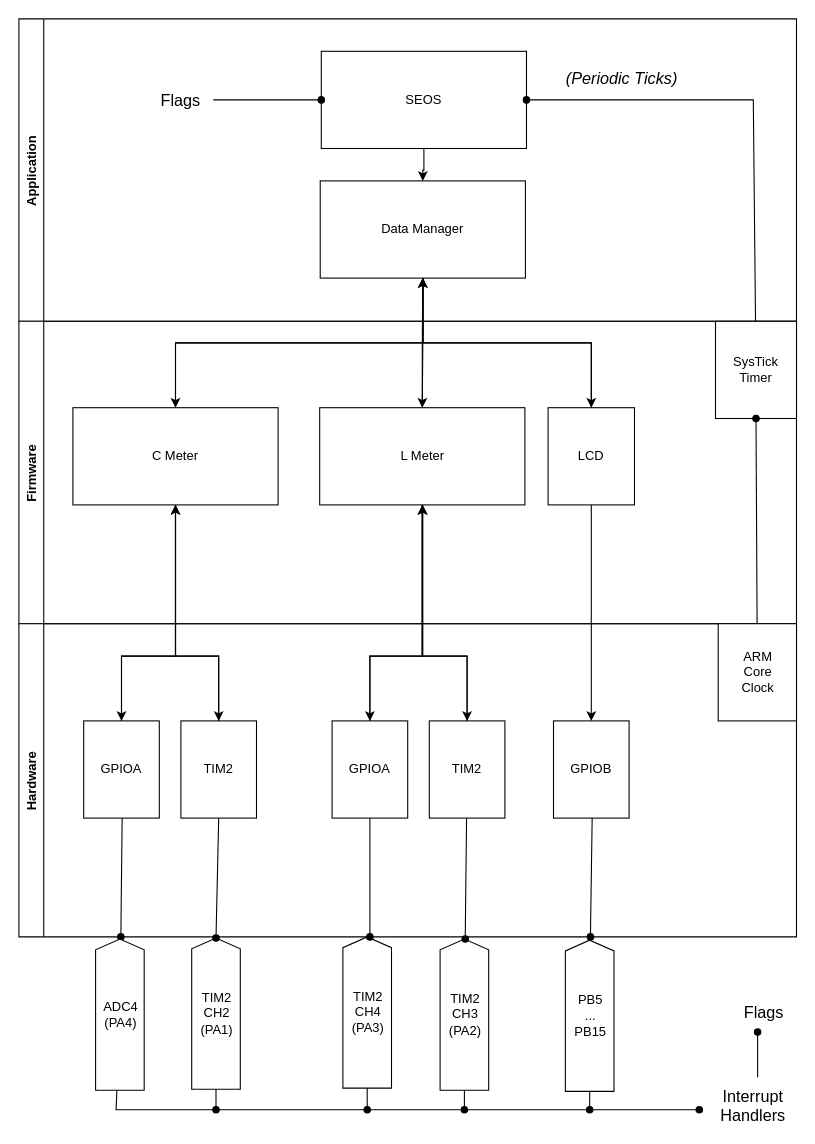
The draw.io diagram images/SysArch_LAYERS.drawio in gianowolf/RLC-Meter, before the edit. Source tidied: cells renumbered, new cells numbered last; positions are measured from the earlier drawing's top-left corner, leaving out a move shared by most shapes. Both pictures are drawn from the tidied source at 108%, with x=0, y=0 at pixel (18, 18).
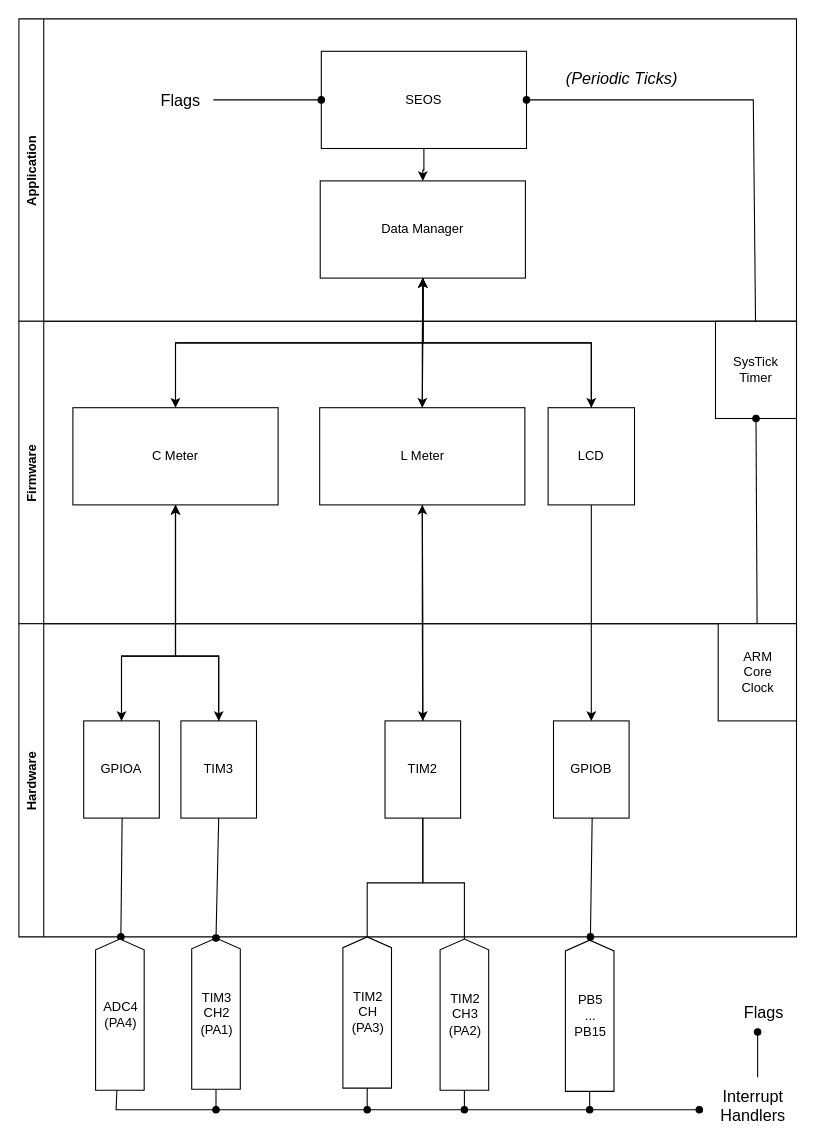
Above is the later version.

The change refers to these unchanged cells:
```xml
<mxCell id="12" value="L Meter" style="rounded=0;whiteSpace=wrap;html=1;" parent="9" vertex="1">
  <mxGeometry x="278.5" y="80" width="190" height="90" as="geometry" />
</mxCell>
<mxCell id="14" value="Hardware" style="swimlane;horizontal=0;" parent="1" vertex="1">
  <mxGeometry y="560" width="720" height="290" as="geometry" />
</mxCell>
<mxCell id="39" value="&lt;div&gt;TIM2&lt;/div&gt;&lt;div&gt;CH3&lt;/div&gt;&lt;div&gt;(PA2)&lt;br&gt;&lt;/div&gt;" style="html=1;shadow=0;dashed=0;align=center;verticalAlign=middle;shape=mxgraph.arrows2.arrow;dy=0;dx=10;notch=0;direction=north;" parent="1" vertex="1">
  <mxGeometry x="390" y="852" width="45" height="140" as="geometry" />
</mxCell>
```

Change to the diagram source:
```diff
@@
-    <mxCell id="17" value="TIM2" style="rounded=0;whiteSpace=wrap;html=1;" parent="14" vertex="1">
+    <mxCell id="17" value="TIM3" style="rounded=0;whiteSpace=wrap;html=1;" parent="14" vertex="1">
       <mxGeometry x="150" y="90" width="70" height="90" as="geometry" />
     </mxCell>
-    <mxCell id="18" value="GPIOA" style="rounded=0;whiteSpace=wrap;html=1;" parent="14" vertex="1">
-      <mxGeometry x="290" y="90" width="70" height="90" as="geometry" />
-    </mxCell>
     <mxCell id="19" value="TIM2" style="rounded=0;whiteSpace=wrap;html=1;" parent="14" vertex="1">
-      <mxGeometry x="380" y="90" width="70" height="90" as="geometry" />
+      <mxGeometry x="339" y="90" width="70" height="90" as="geometry" />
     </mxCell>
@@
-    <mxCell id="29" style="edgeStyle=orthogonalEdgeStyle;rounded=0;jettySize=auto;html=1;" parent="1" edge="1" source="12" target="18">
-      <mxGeometry relative="1" as="geometry">
-        <Array as="points">
-          <mxPoint x="374" y="590" />
-          <mxPoint x="325" y="590" />
-        </Array>
-      </mxGeometry>
-    </mxCell>
-    <mxCell id="30" style="edgeStyle=orthogonalEdgeStyle;rounded=0;jettySize=auto;html=1;" parent="1" edge="1" source="12" target="19">
-      <mxGeometry relative="1" as="geometry">
-        <Array as="points">
-          <mxPoint x="374" y="590" />
-          <mxPoint x="415" y="590" />
-        </Array>
-      </mxGeometry>
-    </mxCell>
@@
-    <mxCell id="32" style="edgeStyle=orthogonalEdgeStyle;rounded=0;jettySize=auto;html=1;" parent="1" edge="1" source="19" target="12">
-      <mxGeometry relative="1" as="geometry">
-        <Array as="points">
-          <mxPoint x="415" y="590" />
-          <mxPoint x="374" y="590" />
-        </Array>
-      </mxGeometry>
-    </mxCell>
-    <mxCell id="33" style="edgeStyle=orthogonalEdgeStyle;rounded=0;jettySize=auto;html=1;entryX=0.5;entryY=1;entryDx=0;entryDy=0;" parent="1" edge="1" source="18" target="12">
-      <mxGeometry relative="1" as="geometry">
-        <Array as="points">
-          <mxPoint x="325" y="590" />
-          <mxPoint x="374" y="590" />
-        </Array>
-      </mxGeometry>
-    </mxCell>
@@
-    <mxCell id="41" value="&lt;div&gt;TIM2&lt;/div&gt;&lt;div&gt;CH2&lt;/div&gt;&lt;div&gt;(PA1)&lt;br&gt;&lt;/div&gt;" style="html=1;shadow=0;dashed=0;align=center;verticalAlign=middle;shape=mxgraph.arrows2.arrow;dy=0;dx=10;notch=0;direction=north;" parent="1" vertex="1">
+    <mxCell id="41" value="&lt;div&gt;TIM3&lt;/div&gt;&lt;div&gt;CH2&lt;/div&gt;&lt;div&gt;(PA1)&lt;br&gt;&lt;/div&gt;" style="html=1;shadow=0;dashed=0;align=center;verticalAlign=middle;shape=mxgraph.arrows2.arrow;dy=0;dx=10;notch=0;direction=north;" parent="1" vertex="1">
       <mxGeometry x="160" y="851" width="45" height="140" as="geometry" />
     </mxCell>
@@
-    <mxCell id="44" style="rounded=0;jettySize=auto;html=1;strokeColor=default;endArrow=oval;endFill=1;" parent="1" edge="1" source="19" target="39">
-      <mxGeometry relative="1" as="geometry" />
-    </mxCell>
@@
-    <mxCell id="50" value="&lt;div&gt;TIM2&lt;/div&gt;&lt;div&gt;CH4&lt;/div&gt;&lt;div&gt;(PA3)&lt;br&gt;&lt;/div&gt;" style="html=1;shadow=0;dashed=0;align=center;verticalAlign=middle;shape=mxgraph.arrows2.arrow;dy=0;dx=10;notch=0;direction=north;" parent="1" vertex="1">
+    <mxCell id="50" value="&lt;div&gt;TIM2&lt;/div&gt;&lt;div&gt;CH&lt;/div&gt;&lt;div&gt;(PA3)&lt;br&gt;&lt;/div&gt;" style="html=1;shadow=0;dashed=0;align=center;verticalAlign=middle;shape=mxgraph.arrows2.arrow;dy=0;dx=10;notch=0;direction=north;" parent="1" vertex="1">
       <mxGeometry x="300" y="850" width="45" height="140" as="geometry" />
     </mxCell>
-    <mxCell id="51" style="rounded=0;jettySize=auto;html=1;strokeColor=default;endArrow=oval;endFill=1;exitX=0.5;exitY=1;exitDx=0;exitDy=0;" parent="1" edge="1" source="18">
-      <mxGeometry relative="1" as="geometry">
-        <mxPoint x="325" y="850" as="targetPoint" />
-      </mxGeometry>
-    </mxCell>
@@
+    <mxCell id="30" style="edgeStyle=orthogonalEdgeStyle;rounded=0;jettySize=auto;html=1;entryX=0.5;entryY=0;entryDx=0;entryDy=0;" parent="1" edge="1" source="12" target="19">
+      <mxGeometry relative="1" as="geometry" />
+    </mxCell>
+    <mxCell id="32" style="edgeStyle=orthogonalEdgeStyle;rounded=0;jettySize=auto;html=1;" parent="1" edge="1" source="19" target="12">
+      <mxGeometry relative="1" as="geometry" />
+    </mxCell>
+    <mxCell id="57" style="edgeStyle=orthogonalEdgeStyle;rounded=0;jettySize=auto;html=1;entryX=1;entryY=0.5;entryDx=0;entryDy=0;entryPerimeter=0;endArrow=none;endFill=0;" parent="1" edge="1" source="19" target="50">
+      <mxGeometry relative="1" as="geometry">
+        <Array as="points">
+          <mxPoint x="374" y="800" />
+          <mxPoint x="323" y="800" />
+        </Array>
+      </mxGeometry>
+    </mxCell>
+    <mxCell id="44" style="edgeStyle=orthogonalEdgeStyle;rounded=0;jettySize=auto;html=1;entryX=1;entryY=0.5;entryDx=0;entryDy=0;entryPerimeter=0;endArrow=none;endFill=0;" parent="1" edge="1" source="19" target="39">
+      <mxGeometry relative="1" as="geometry">
+        <Array as="points">
+          <mxPoint x="374" y="800" />
+          <mxPoint x="413" y="800" />
+        </Array>
+      </mxGeometry>
+    </mxCell>
```
